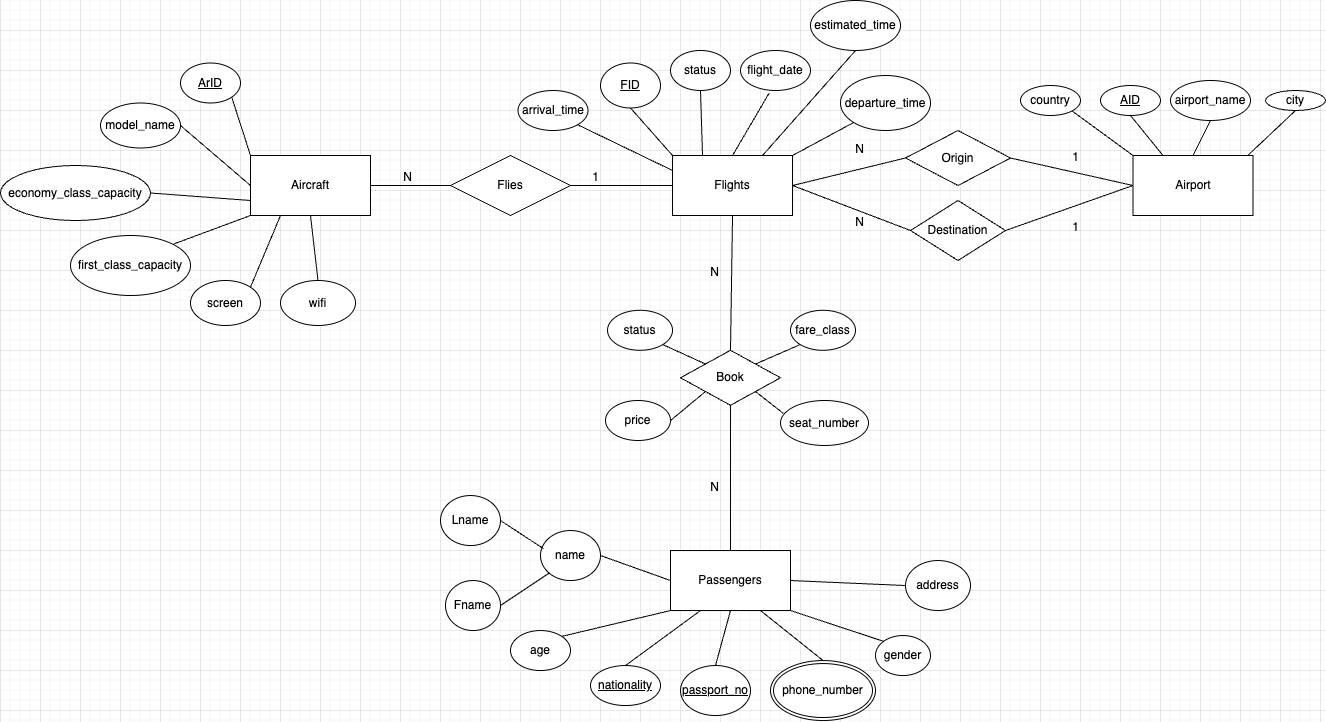
Before: ER-diagram.png, a diagram exported from draw.io (AbdullahKhkmba/Airport-DBMS). Source tidied: cells renumbered, new cells last; positions are measured from the earlier drawing's top-left corner, leaving out a move shared by most shapes.
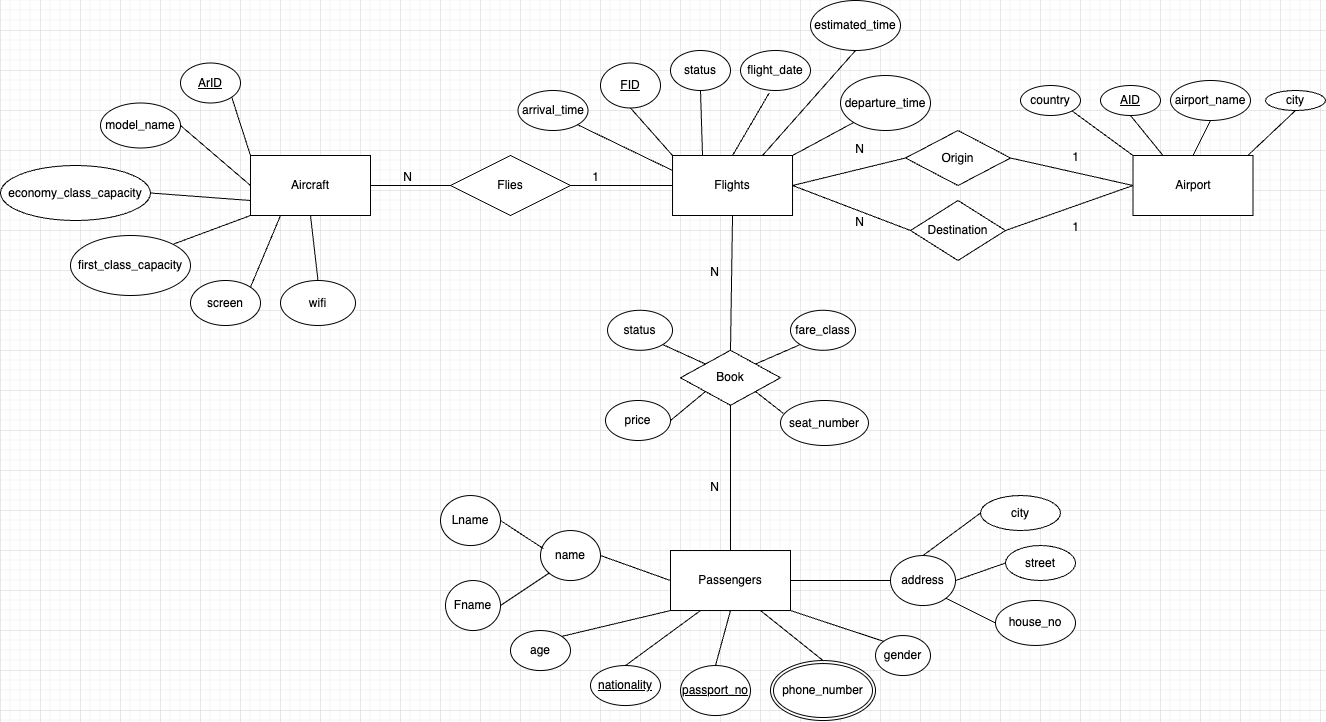
Above is the later version.

Diff of the diagram source:
```diff
@@ -114,7 +114,7 @@
       <mxGeometry x="875" y="635" width="55" height="40" as="geometry" />
     </mxCell>
     <mxCell id="39" value="address" style="ellipse;whiteSpace=wrap;html=1;align=center;" parent="1" vertex="1">
-      <mxGeometry x="905" y="560" width="65" height="50" as="geometry" />
+      <mxGeometry x="890" y="555" width="65" height="50" as="geometry" />
     </mxCell>
     <mxCell id="40" value="age" style="ellipse;whiteSpace=wrap;html=1;align=center;" parent="1" vertex="1">
       <mxGeometry x="510" y="630" width="60" height="40" as="geometry" />
@@ -270,5 +270,23 @@
         <mxPoint x="-53" y="-20" as="offset" />
       </mxGeometry>
     </mxCell>
+    <mxCell id="86" value="city" style="ellipse;whiteSpace=wrap;html=1;align=center;" parent="1" vertex="1">
+      <mxGeometry x="980" y="495" width="80" height="35" as="geometry" />
+    </mxCell>
+    <mxCell id="87" value="street" style="ellipse;whiteSpace=wrap;html=1;align=center;" parent="1" vertex="1">
+      <mxGeometry x="1005" y="545" width="70" height="35" as="geometry" />
+    </mxCell>
+    <mxCell id="88" value="house_no" style="ellipse;whiteSpace=wrap;html=1;align=center;" parent="1" vertex="1">
+      <mxGeometry x="995" y="600" width="80" height="45" as="geometry" />
+    </mxCell>
+    <mxCell id="89" style="endArrow=none;html=1;rounded=0;entryX=0;entryY=0.5;entryDx=0;entryDy=0;exitX=0.5;exitY=0;exitDx=0;exitDy=0;" parent="1" edge="1" source="39" target="86">
+      <mxGeometry relative="1" as="geometry" />
+    </mxCell>
+    <mxCell id="90" style="endArrow=none;html=1;rounded=0;entryX=0;entryY=0.5;entryDx=0;entryDy=0;exitX=1;exitY=0.5;exitDx=0;exitDy=0;" parent="1" edge="1" source="39" target="87">
+      <mxGeometry relative="1" as="geometry" />
+    </mxCell>
+    <mxCell id="91" style="endArrow=none;html=1;rounded=0;entryX=0;entryY=0.5;entryDx=0;entryDy=0;exitX=1;exitY=1;exitDx=0;exitDy=0;" parent="1" edge="1" source="39" target="88">
+      <mxGeometry relative="1" as="geometry" />
+    </mxCell>
   </root>
 </mxGraphModel>
```
